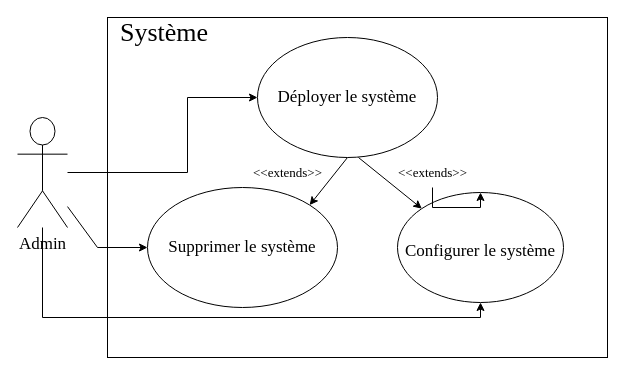
Newglear/UF_projet_java keeps this draw.io diagram as Projet/UML/versions modifiables/Usecase_Admin.drawio. Above is the earlier version. Source tidied: cells renumbered, new cells numbered last; positions are measured from the earlier drawing's top-left corner, leaving out a move shared by most shapes. Both pictures are drawn from the tidied source at 100%, with x=0, y=0 at pixel (17, 17).
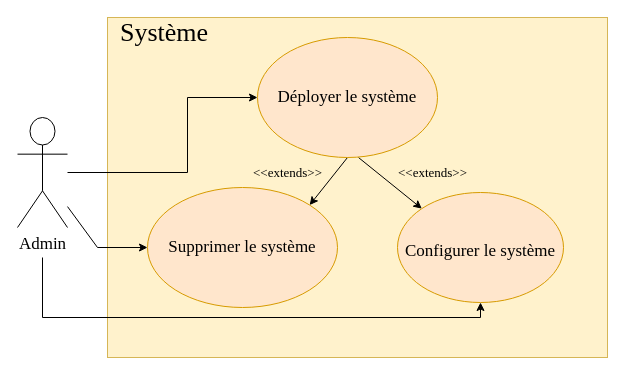
After the change.

The change refers to these unchanged cells:
```xml
<mxCell id="3" value="&lt;div&gt;Admin&lt;/div&gt;" style="shape=umlActor;verticalLabelPosition=bottom;verticalAlign=top;html=1;fontFamily=Times New Roman;fontSize=17;" parent="1" vertex="1">
  <mxGeometry y="100" width="50" height="110" as="geometry" />
</mxCell>
<mxCell id="10" value="&lt;font style=&quot;font-size: 13px;&quot;&gt;&amp;lt;&amp;lt;extends&amp;gt;&amp;gt;&lt;/font&gt;" style="text;html=1;align=center;verticalAlign=middle;points=[];strokeColor=none;fillColor=none;fontSize=17;fontFamily=Times New Roman;" parent="1" vertex="1">
  <mxGeometry x="370" y="140" width="90" height="30" as="geometry" />
</mxCell>
```

Diff of the diagram source:
```diff
@@
-    <mxCell id="2" value="&lt;div style=&quot;font-size: 26px;&quot;&gt;&lt;font style=&quot;font-size: 26px;&quot; face=&quot;Times New Roman&quot;&gt;&amp;nbsp; Système &lt;br&gt;&lt;/font&gt;&lt;/div&gt;&lt;div style=&quot;font-size: 26px;&quot;&gt;&lt;font style=&quot;font-size: 26px;&quot; face=&quot;Times New Roman&quot;&gt;&lt;br&gt;&lt;/font&gt;&lt;/div&gt;" style="verticalAlign=top;align=left;overflow=fill;fontSize=12;fontFamily=Helvetica;html=1;" parent="1" vertex="1">
+    <mxCell id="2" value="&lt;div style=&quot;font-size: 26px;&quot;&gt;&lt;font style=&quot;font-size: 26px;&quot; face=&quot;Times New Roman&quot;&gt;&amp;nbsp; Système &lt;br&gt;&lt;/font&gt;&lt;/div&gt;&lt;div style=&quot;font-size: 26px;&quot;&gt;&lt;font style=&quot;font-size: 26px;&quot; face=&quot;Times New Roman&quot;&gt;&lt;br&gt;&lt;/font&gt;&lt;/div&gt;" style="verticalAlign=top;align=left;overflow=fill;fontSize=12;fontFamily=Helvetica;html=1;fillColor=#fff2cc;strokeColor=#d6b656;" parent="1" vertex="1">
       <mxGeometry x="90" width="500" height="340" as="geometry" />
     </mxCell>
@@
-    <mxCell id="4" value="Supprimer le système" style="ellipse;whiteSpace=wrap;html=1;rounded=1;fontFamily=Times New Roman;fontSize=17;" parent="1" vertex="1">
+    <mxCell id="4" value="Supprimer le système" style="ellipse;whiteSpace=wrap;html=1;rounded=1;fontFamily=Times New Roman;fontSize=17;fillColor=#ffe6cc;strokeColor=#d79b00;" parent="1" vertex="1">
       <mxGeometry x="130" y="170" width="190" height="120" as="geometry" />
     </mxCell>
-    <mxCell id="5" value="&lt;font style=&quot;font-size: 17px;&quot;&gt;Configurer le système&lt;/font&gt;" style="ellipse;whiteSpace=wrap;html=1;rounded=1;fontFamily=Times New Roman;fontSize=26;" parent="1" vertex="1">
+    <mxCell id="5" value="&lt;font style=&quot;font-size: 17px;&quot;&gt;Configurer le système&lt;/font&gt;" style="ellipse;whiteSpace=wrap;html=1;rounded=1;fontFamily=Times New Roman;fontSize=26;fillColor=#ffe6cc;strokeColor=#d79b00;" parent="1" vertex="1">
       <mxGeometry x="380" y="175" width="166" height="110" as="geometry" />
     </mxCell>
@@
-    <mxCell id="9" style="edgeStyle=orthogonalEdgeStyle;rounded=0;jettySize=auto;html=1;fontFamily=Times New Roman;fontSize=17;" parent="1" edge="1" source="10" target="5">
-      <mxGeometry relative="1" as="geometry" />
-    </mxCell>
@@
-    <mxCell id="13" value="Déployer le système" style="ellipse;whiteSpace=wrap;html=1;rounded=1;fontFamily=Times New Roman;fontSize=17;" parent="1" vertex="1">
+    <mxCell id="13" value="Déployer le système" style="ellipse;whiteSpace=wrap;html=1;rounded=1;fontFamily=Times New Roman;fontSize=17;fillColor=#ffe6cc;strokeColor=#d79b00;" parent="1" vertex="1">
       <mxGeometry x="240" y="20" width="180" height="120" as="geometry" />
     </mxCell>
@@
-    <mxCell id="15" style="endArrow=classic;html=1;rounded=0;fontFamily=Times New Roman;fontSize=13;entryX=0.5;entryY=1;entryDx=0;entryDy=0;" parent="1" edge="1" source="3" target="5">
+    <mxCell id="15" style="endArrow=classic;html=1;rounded=0;fontFamily=Times New Roman;fontSize=13;entryX=0.5;entryY=1;entryDx=0;entryDy=0;" parent="1" edge="1" target="5">
       <mxGeometry relative="1" as="geometry">
+        <mxPoint x="25" y="240" as="sourcePoint" />
         <Array as="points">
           <mxPoint x="25" y="300" />
           <mxPoint x="463" y="300" />
         </Array>
       </mxGeometry>
     </mxCell>
```
